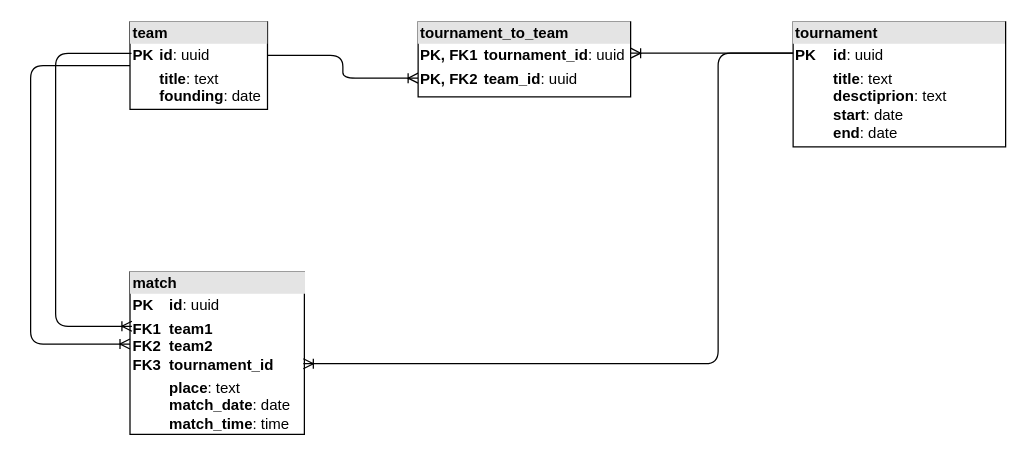
Earlier version of the draw.io diagram er.drawio (anonim767bn/django-project). Source tidied: cells renumbered, new cells numbered last; positions are measured from the earlier drawing's top-left corner, leaving out a move shared by most shapes. Both pictures are drawn from the tidied source at 125%, with x=0, y=0 at pixel (30, 21).
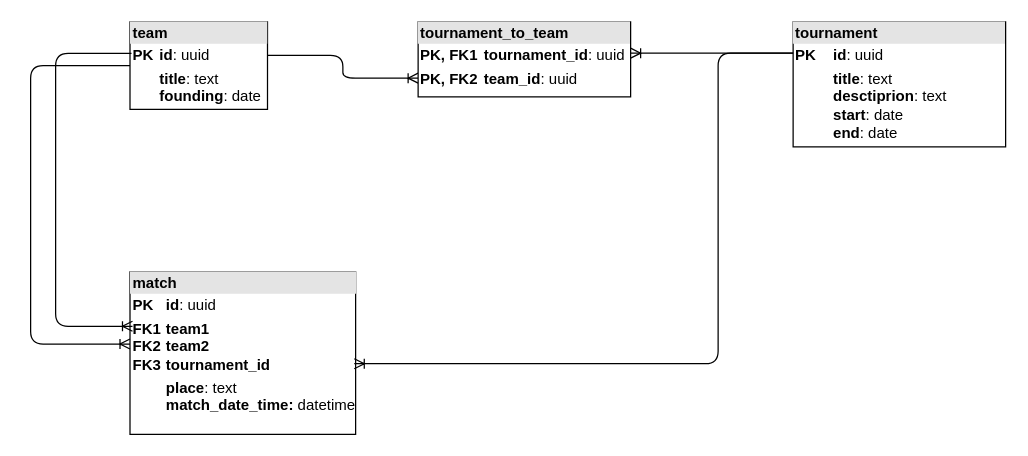
After the change.

Commit message (it also covers changes not shown here):
true adding workflows

The edit, as a diff of the source:
```diff
@@
 <mxGraphModel>
   <root>
     <mxCell id="0" />
     <mxCell id="1" parent="0" />
     <mxCell id="2" style="edgeStyle=orthogonalEdgeStyle;fontSize=12;html=1;endArrow=ERoneToMany;fontColor=#000000;entryX=0;entryY=0.75;entryDx=0;entryDy=0;exitX=0.996;exitY=0.383;exitDx=0;exitDy=0;exitPerimeter=0;" parent="1" edge="1" source="3" target="5">
       <mxGeometry relative="1" as="geometry" />
     </mxCell>
     <mxCell id="3" value="&lt;div style=&quot;box-sizing:border-box;width:100%;background:#e4e4e4;padding:2px;&quot;&gt;&lt;b&gt;&lt;font color=&quot;#000000&quot;&gt;team&lt;/font&gt;&lt;/b&gt;&lt;/div&gt;&lt;table style=&quot;width:100%;font-size:1em;&quot; cellpadding=&quot;2&quot; cellspacing=&quot;0&quot;&gt;&lt;tbody&gt;&lt;tr&gt;&lt;td&gt;&lt;b&gt;PK&lt;/b&gt;&lt;/td&gt;&lt;td&gt;&lt;b&gt;id&lt;/b&gt;: uuid&lt;/td&gt;&lt;/tr&gt;&lt;tr&gt;&lt;td&gt;&lt;br&gt;&lt;/td&gt;&lt;td&gt;&lt;b&gt;title&lt;/b&gt;: text&lt;br&gt;&lt;b&gt;founding&lt;/b&gt;: date&lt;br&gt;&lt;/td&gt;&lt;/tr&gt;&lt;tr&gt;&lt;td&gt;&lt;/td&gt;&lt;td&gt;&lt;br&gt;&lt;/td&gt;&lt;/tr&gt;&lt;/tbody&gt;&lt;/table&gt;" style="verticalAlign=top;align=left;overflow=fill;html=1;" parent="1" vertex="1">
       <mxGeometry x="79.5" width="110" height="70" as="geometry" />
     </mxCell>
     <mxCell id="4" value="&lt;div style=&quot;box-sizing:border-box;width:100%;background:#e4e4e4;padding:2px;&quot;&gt;&lt;b&gt;&lt;font color=&quot;#000000&quot;&gt;tournament&lt;/font&gt;&lt;/b&gt;&lt;/div&gt;&lt;table style=&quot;width:100%;font-size:1em;&quot; cellpadding=&quot;2&quot; cellspacing=&quot;0&quot;&gt;&lt;tbody&gt;&lt;tr&gt;&lt;td&gt;&lt;b&gt;PK&lt;/b&gt;&lt;/td&gt;&lt;td&gt;&lt;b&gt;id&lt;/b&gt;: uuid&lt;/td&gt;&lt;/tr&gt;&lt;tr&gt;&lt;td&gt;&lt;br&gt;&lt;/td&gt;&lt;td&gt;&lt;b&gt;title&lt;/b&gt;: text&lt;br&gt;&lt;b&gt;desctiprion&lt;/b&gt;:&lt;b&gt;&amp;nbsp;&lt;/b&gt;text&lt;br&gt;&lt;b&gt;start&lt;/b&gt;: date&lt;br&gt;&lt;b&gt;end&lt;/b&gt;: date&lt;br&gt;&lt;/td&gt;&lt;/tr&gt;&lt;tr&gt;&lt;td&gt;&lt;/td&gt;&lt;td&gt;&lt;b&gt;&lt;br&gt;&lt;/b&gt;&lt;br&gt;&lt;/td&gt;&lt;/tr&gt;&lt;/tbody&gt;&lt;/table&gt;" style="verticalAlign=top;align=left;overflow=fill;html=1;" parent="1" vertex="1">
       <mxGeometry x="610" width="170" height="100" as="geometry" />
     </mxCell>
     <mxCell id="5" value="&lt;div style=&quot;box-sizing:border-box;width:100%;background:#e4e4e4;padding:2px;&quot;&gt;&lt;font color=&quot;#000000&quot;&gt;&lt;b&gt;tournament_to_team&lt;/b&gt;&lt;/font&gt;&lt;/div&gt;&lt;table style=&quot;width:100%;font-size:1em;&quot; cellpadding=&quot;2&quot; cellspacing=&quot;0&quot;&gt;&lt;tbody&gt;&lt;tr&gt;&lt;td&gt;&lt;b&gt;PK, FK1&lt;/b&gt;&lt;/td&gt;&lt;td&gt;&lt;b&gt;tournament_id&lt;/b&gt;: uuid&lt;/td&gt;&lt;/tr&gt;&lt;tr&gt;&lt;td&gt;&lt;b&gt;PK, FK2&lt;/b&gt;&lt;/td&gt;&lt;td&gt;&lt;b&gt;team_id&lt;/b&gt;: uuid&lt;/td&gt;&lt;/tr&gt;&lt;tr&gt;&lt;td&gt;&lt;/td&gt;&lt;td&gt;&lt;br&gt;&lt;/td&gt;&lt;/tr&gt;&lt;/tbody&gt;&lt;/table&gt;" style="verticalAlign=top;align=left;overflow=fill;html=1;" parent="1" vertex="1">
       <mxGeometry x="310" width="170" height="60" as="geometry" />
     </mxCell>
     <mxCell id="6" style="edgeStyle=entityRelationEdgeStyle;fontSize=12;html=1;endArrow=ERoneToMany;fontColor=#000000;entryX=1;entryY=0.417;entryDx=0;entryDy=0;exitX=0;exitY=0.25;exitDx=0;exitDy=0;entryPerimeter=0;" parent="1" edge="1" source="4" target="5">
       <mxGeometry relative="1" as="geometry" />
     </mxCell>
-    <mxCell id="7" value="&lt;div style=&quot;box-sizing:border-box;width:100%;background:#e4e4e4;padding:2px;&quot;&gt;&lt;font color=&quot;#000000&quot;&gt;&lt;b&gt;match&lt;/b&gt;&lt;/font&gt;&lt;/div&gt;&lt;table style=&quot;width:100%;font-size:1em;&quot; cellpadding=&quot;2&quot; cellspacing=&quot;0&quot;&gt;&lt;tbody&gt;&lt;tr&gt;&lt;td&gt;&lt;b&gt;PK&lt;/b&gt;&lt;/td&gt;&lt;td&gt;&lt;b&gt;id&lt;/b&gt;: uuid&lt;/td&gt;&lt;/tr&gt;&lt;tr&gt;&lt;td&gt;&lt;b&gt;FK1&lt;br&gt;FK2&lt;br&gt;FK3&lt;/b&gt;&lt;/td&gt;&lt;td&gt;&lt;b&gt;team1&lt;br&gt;team2&lt;br&gt;tournament_id&lt;/b&gt;&lt;/td&gt;&lt;/tr&gt;&lt;tr&gt;&lt;td&gt;&lt;/td&gt;&lt;td&gt;&lt;b&gt;place&lt;/b&gt;: text&lt;br&gt;&lt;b&gt;match_date&lt;/b&gt;: date&lt;br&gt;&lt;b&gt;match_time&lt;/b&gt;: time&lt;br&gt;&lt;br&gt;&lt;/td&gt;&lt;/tr&gt;&lt;/tbody&gt;&lt;/table&gt;" style="verticalAlign=top;align=left;overflow=fill;html=1;" parent="1" vertex="1">
-      <mxGeometry x="79.5" y="200" width="139.5" height="130" as="geometry" />
+    <mxCell id="7" value="&lt;div style=&quot;box-sizing:border-box;width:100%;background:#e4e4e4;padding:2px;&quot;&gt;&lt;font color=&quot;#000000&quot;&gt;&lt;b&gt;match&lt;/b&gt;&lt;/font&gt;&lt;/div&gt;&lt;table style=&quot;width:100%;font-size:1em;&quot; cellpadding=&quot;2&quot; cellspacing=&quot;0&quot;&gt;&lt;tbody&gt;&lt;tr&gt;&lt;td&gt;&lt;b&gt;PK&lt;/b&gt;&lt;/td&gt;&lt;td&gt;&lt;b&gt;id&lt;/b&gt;: uuid&lt;/td&gt;&lt;/tr&gt;&lt;tr&gt;&lt;td&gt;&lt;b&gt;FK1&lt;br&gt;FK2&lt;br&gt;FK3&lt;/b&gt;&lt;/td&gt;&lt;td&gt;&lt;b&gt;team1&lt;br&gt;team2&lt;br&gt;tournament_id&lt;/b&gt;&lt;/td&gt;&lt;/tr&gt;&lt;tr&gt;&lt;td&gt;&lt;/td&gt;&lt;td&gt;&lt;b&gt;place&lt;/b&gt;: text&lt;br&gt;&lt;b&gt;match_date_time: &lt;/b&gt;datetime&lt;br&gt;&lt;br&gt;&lt;/td&gt;&lt;/tr&gt;&lt;/tbody&gt;&lt;/table&gt;" style="verticalAlign=top;align=left;overflow=fill;html=1;" parent="1" vertex="1">
+      <mxGeometry x="79.5" y="200" width="180.5" height="130" as="geometry" />
     </mxCell>
     <mxCell id="8" style="edgeStyle=elbowEdgeStyle;fontSize=12;html=1;endArrow=ERoneToMany;fontColor=#000000;entryX=0.994;entryY=0.565;entryDx=0;entryDy=0;entryPerimeter=0;exitX=0;exitY=0.25;exitDx=0;exitDy=0;" parent="1" edge="1" source="4" target="7">
       <mxGeometry relative="1" as="geometry">
         <Array as="points">
           <mxPoint x="550" y="260" />
           <mxPoint x="560" y="150" />
           <mxPoint x="530" y="150" />
         </Array>
       </mxGeometry>
     </mxCell>
     <mxCell id="9" style="edgeStyle=elbowEdgeStyle;fontSize=12;html=1;endArrow=ERoneToMany;exitX=0.011;exitY=0.36;exitDx=0;exitDy=0;entryX=0.011;entryY=0.335;entryDx=0;entryDy=0;entryPerimeter=0;exitPerimeter=0;" parent="1" edge="1" source="3" target="7">
       <mxGeometry relative="1" as="geometry">
         <Array as="points">
           <mxPoint x="20" y="90" />
         </Array>
       </mxGeometry>
     </mxCell>
     <mxCell id="10" style="edgeStyle=elbowEdgeStyle;fontSize=12;html=1;endArrow=ERoneToMany;entryX=0;entryY=0.444;entryDx=0;entryDy=0;entryPerimeter=0;exitX=0;exitY=0.5;exitDx=0;exitDy=0;" parent="1" edge="1" source="3" target="7">
       <mxGeometry relative="1" as="geometry">
         <Array as="points">
           <mxPoint y="140" />
         </Array>
       </mxGeometry>
     </mxCell>
   </root>
 </mxGraphModel>
```
